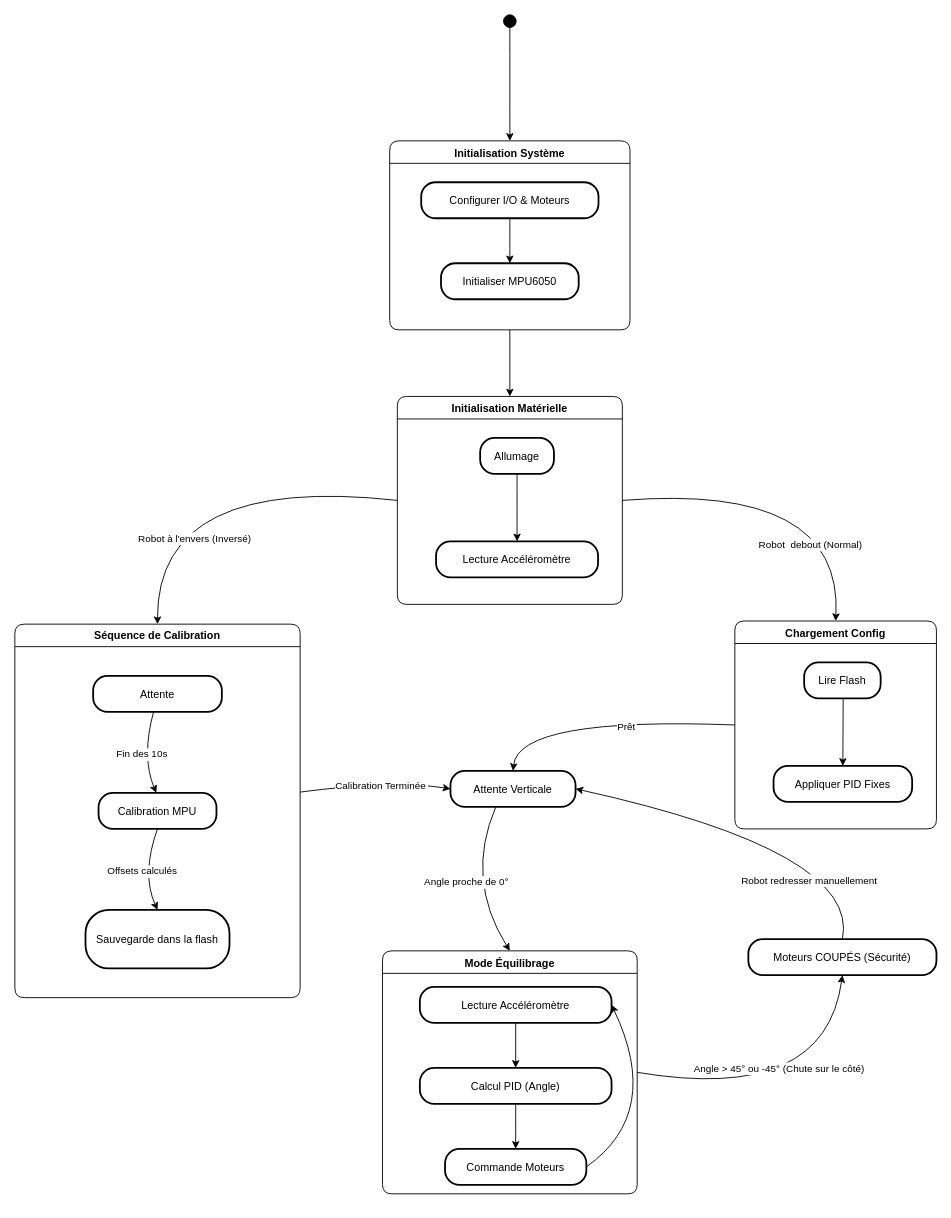
Before: doc/Machine_Detat_MiniWheelie.drawio in AlanBadertscher/PRJ_2601_miniWheelie, a draw.io diagram. Source tidied: cells renumbered, new cells numbered last; positions are measured from the earlier drawing's top-left corner, leaving out a move shared by most shapes. Both pictures are drawn from the tidied source at 90%, with x=0, y=0 at pixel (14, 14).
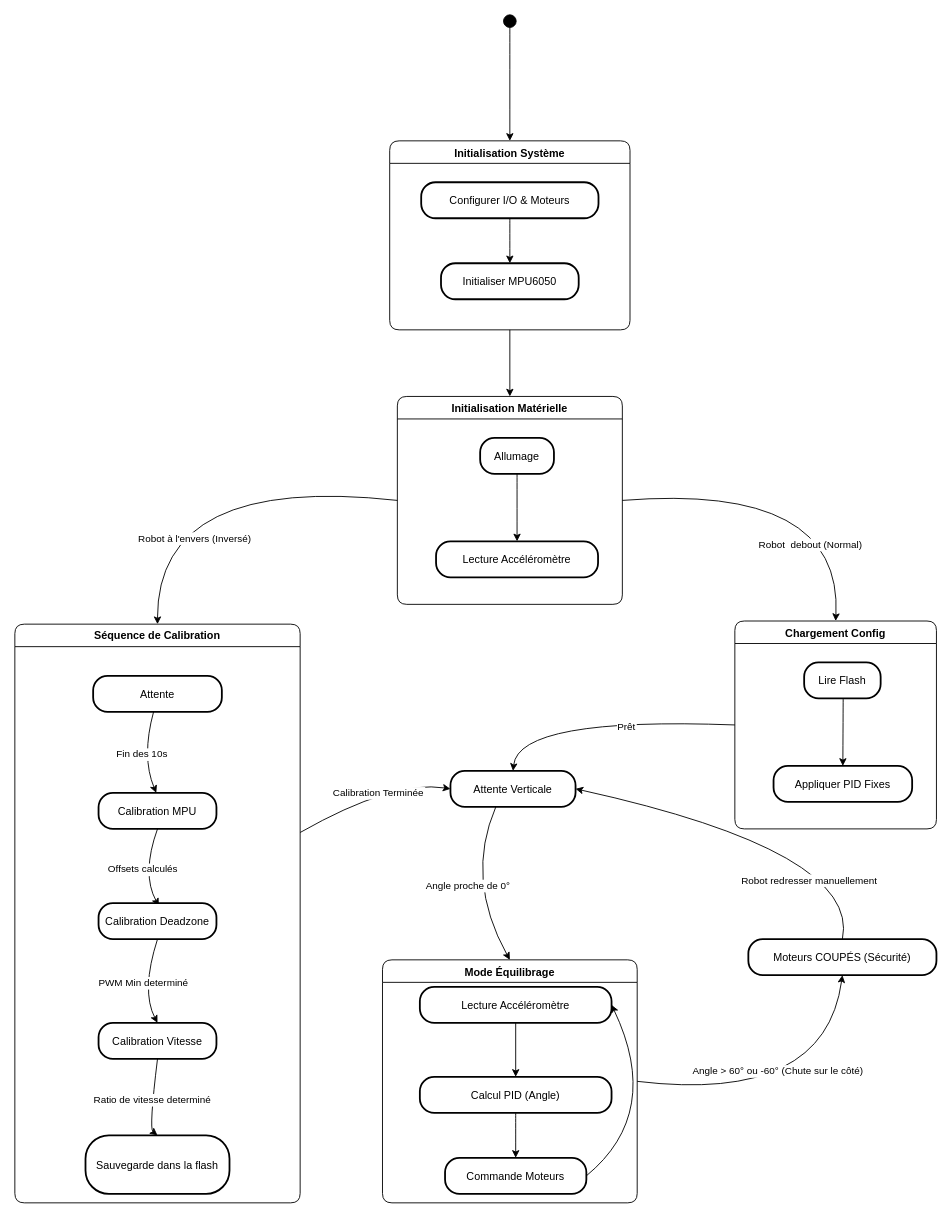
Above is the later version.

The change refers to these unchanged cells:
```xml
<mxCell id="12" value="Calibration MPU" style="rounded=1;arcSize=40;strokeWidth=2;" parent="1" vertex="1">
  <mxGeometry x="93" y="864.5" width="131" height="40" as="geometry" />
</mxCell>
<mxCell id="19" value="Moteurs COUPÉS (Sécurité)" style="rounded=1;arcSize=40;strokeWidth=2;" parent="1" vertex="1">
  <mxGeometry x="815" y="1027" width="209" height="40" as="geometry" />
</mxCell>
```

What changed in the source:
```diff
@@
     <mxCell id="6" value="Séquence de Calibration" style="swimlane;fontStyle=1;align=center;verticalAlign=middle;startSize=25;rounded=1;arcSize=14;" parent="1" vertex="1">
-      <mxGeometry y="677" width="317" height="415" as="geometry" />
+      <mxGeometry y="677" width="317" height="643" as="geometry" />
     </mxCell>
@@
     <mxCell id="13" value="Sauvegarde dans la flash" style="rounded=1;arcSize=40;strokeWidth=2;" parent="1" vertex="1">
-      <mxGeometry x="78.5" y="994.5" width="160" height="65" as="geometry" />
+      <mxGeometry x="78.5" y="1245" width="160" height="65" as="geometry" />
     </mxCell>
@@
     <mxCell id="15" value="Mode Équilibrage" style="swimlane;fontStyle=1;align=center;verticalAlign=middle;startSize=25;rounded=1;arcSize=14;verticalAlign=top;" parent="1" vertex="1">
-      <mxGeometry x="408.5" y="1040" width="283" height="270" as="geometry" />
+      <mxGeometry x="408.5" y="1050" width="283" height="270" as="geometry" />
     </mxCell>
@@
-    <mxCell id="21" value="Offsets calculés" style="curved=1;startArrow=none;entryX=0.5;entryY=0;rounded=0;entryDx=0;entryDy=0;exitX=0.5;exitY=1;exitDx=0;exitDy=0;" parent="1" edge="1" source="12" target="13">
+    <mxCell id="21" value="Offsets calculés" style="curved=1;startArrow=none;rounded=0;exitX=0.5;exitY=1;exitDx=0;exitDy=0;" parent="1" edge="1" source="12">
       <mxGeometry relative="1" as="geometry">
+        <mxPoint x="160" y="990" as="targetPoint" />
         <Array as="points">
           <mxPoint x="140.5" y="954.5" />
         </Array>
       </mxGeometry>
     </mxCell>
@@
-    <mxCell id="35" value="Angle &gt; 45° ou -45° (Chute sur le côté)" style="curved=1;startArrow=none;exitX=1;exitY=0.5;entryX=0.5;entryY=1;rounded=0;exitDx=0;exitDy=0;entryDx=0;entryDy=0;" parent="1" edge="1" source="15" target="19">
+    <mxCell id="35" value="Angle &gt; 60° ou -60° (Chute sur le côté)" style="curved=1;startArrow=none;exitX=1;exitY=0.5;entryX=0.5;entryY=1;rounded=0;exitDx=0;exitDy=0;entryDx=0;entryDy=0;" parent="1" edge="1" source="15" target="19">
       <mxGeometry x="-0.13" y="31" relative="1" as="geometry">
         <Array as="points">
           <mxPoint x="900" y="1210" />
         </Array>
       </mxGeometry>
     </mxCell>
@@
+    <mxCell id="39" value="Calibration Deadzone" style="rounded=1;arcSize=40;strokeWidth=2;" parent="1" vertex="1">
+      <mxGeometry x="93" y="987" width="131" height="40" as="geometry" />
+    </mxCell>
+    <mxCell id="40" value="Calibration Vitesse" style="rounded=1;arcSize=40;strokeWidth=2;" parent="1" vertex="1">
+      <mxGeometry x="93" y="1120" width="131" height="40" as="geometry" />
+    </mxCell>
+    <mxCell id="41" value="PWM Min determiné" style="curved=1;startArrow=none;rounded=0;exitX=0.5;exitY=1;exitDx=0;exitDy=0;entryX=0.5;entryY=0;entryDx=0;entryDy=0;" parent="1" edge="1" source="39" target="40">
+      <mxGeometry relative="1" as="geometry">
+        <Array as="points">
+          <mxPoint x="140" y="1084.5" />
+        </Array>
+      </mxGeometry>
+    </mxCell>
+    <mxCell id="42" value="Ratio de vitesse determiné" style="curved=1;startArrow=none;rounded=0;exitX=0.5;exitY=1;exitDx=0;exitDy=0;entryX=0.5;entryY=0;entryDx=0;entryDy=0;" parent="1" edge="1" source="40" target="13">
+      <mxGeometry relative="1" as="geometry">
+        <Array as="points">
+          <mxPoint x="149" y="1237.5" />
+        </Array>
+      </mxGeometry>
+    </mxCell>
```
